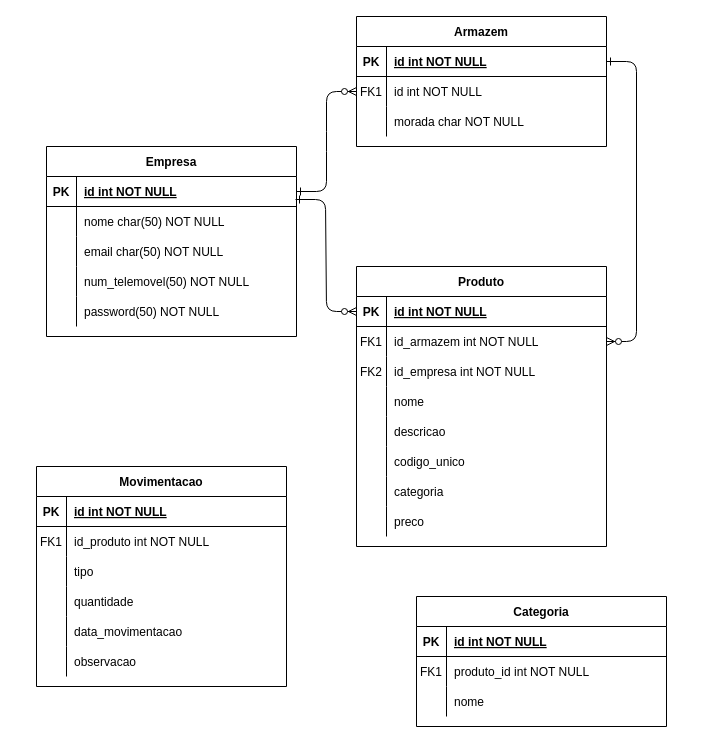
tskxz/stockmaster keeps this draw.io diagram as docs/stockmaster.drawio. Above is the earlier version. Source tidied: cells renumbered, new cells numbered last; positions are measured from the earlier drawing's top-left corner, leaving out a move shared by most shapes. Both pictures are drawn from the tidied source at 100%, with x=0, y=0 at pixel (36, 16).
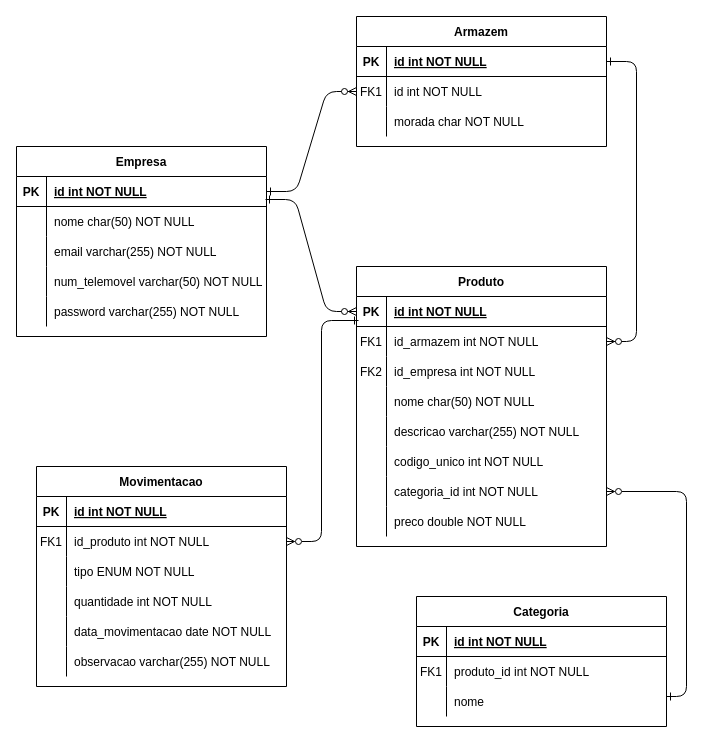
The same page after the edit.

Commit message:
docs: adicionar tipo de dado no modelo er

Unchanged cells that the change refers to:
```xml
<mxCell id="15" style="shape=partialRectangle;fillColor=none;points=[[0,0.5],[1,0.5]];portConstraint=eastwest;top=0;left=0;right=0;bottom=1;" parent="14" vertex="1">
  <mxGeometry y="30" width="250" height="30" as="geometry" />
</mxCell>
<mxCell id="24" style="shape=partialRectangle;fillColor=none;top=0;left=0;right=0;bottom=0;" parent="14" vertex="1">
  <mxGeometry y="120" width="250" height="30" as="geometry" />
</mxCell>
<mxCell id="27" style="shape=partialRectangle;fillColor=none;top=0;left=0;right=0;bottom=0;" parent="14" vertex="1">
  <mxGeometry y="150" width="250" height="30" as="geometry" />
</mxCell>
<mxCell id="30" style="shape=partialRectangle;fillColor=none;top=0;left=0;right=0;bottom=0;" parent="14" vertex="1">
  <mxGeometry y="180" width="250" height="30" as="geometry" />
</mxCell>
<mxCell id="33" style="shape=partialRectangle;fillColor=none;points=[[0,0.5],[1,0.5]];portConstraint=eastwest;top=0;left=0;right=0;bottom=0;" parent="14" vertex="1">
  <mxGeometry y="210" width="250" height="30" as="geometry" />
</mxCell>
<mxCell id="36" style="shape=partialRectangle;fillColor=none;top=0;left=0;right=0;bottom=0;" parent="14" vertex="1">
  <mxGeometry y="240" width="250" height="30" as="geometry" />
</mxCell>
<mxCell id="46" style="shape=partialRectangle;fillColor=none;top=0;left=0;right=0;bottom=0;" parent="39" vertex="1">
  <mxGeometry y="90" width="250" height="30" as="geometry" />
</mxCell>
<mxCell id="49" style="shape=partialRectangle;fillColor=none;top=0;left=0;right=0;bottom=0;" parent="39" vertex="1">
  <mxGeometry y="120" width="250" height="30" as="geometry" />
</mxCell>
<mxCell id="52" style="shape=partialRectangle;fillColor=none;top=0;left=0;right=0;bottom=0;" parent="39" vertex="1">
  <mxGeometry y="150" width="250" height="30" as="geometry" />
</mxCell>
<mxCell id="60" style="shape=partialRectangle;fillColor=none;points=[[0,0.5],[1,0.5]];portConstraint=eastwest;top=0;left=0;right=0;bottom=0;" parent="56" vertex="1">
  <mxGeometry y="60" width="250" height="30" as="geometry" />
</mxCell>
<mxCell id="63" style="shape=partialRectangle;fillColor=none;top=0;left=0;right=0;bottom=0;" parent="56" vertex="1">
  <mxGeometry y="90" width="250" height="30" as="geometry" />
</mxCell>
<mxCell id="66" style="shape=partialRectangle;fillColor=none;top=0;left=0;right=0;bottom=0;" parent="56" vertex="1">
  <mxGeometry y="120" width="250" height="30" as="geometry" />
</mxCell>
<mxCell id="69" style="shape=partialRectangle;fillColor=none;top=0;left=0;right=0;bottom=0;" parent="56" vertex="1">
  <mxGeometry y="150" width="250" height="30" as="geometry" />
</mxCell>
<mxCell id="72" style="shape=partialRectangle;fillColor=none;top=0;left=0;right=0;bottom=0;" parent="56" vertex="1">
  <mxGeometry y="180" width="250" height="30" as="geometry" />
</mxCell>
<mxCell id="82" style="shape=partialRectangle;fillColor=none;points=[[0,0.5],[1,0.5]];portConstraint=eastwest;top=0;left=0;right=0;bottom=0;" parent="75" vertex="1">
  <mxGeometry y="90" width="250" height="30" as="geometry" />
</mxCell>
```

The edit, as a diff of the source:
```diff
@@
-    <mxCell id="26" value="nome" style="shape=partialRectangle;overflow=hidden;fillColor=none;top=0;left=0;bottom=0;right=0;align=left;spacingLeft=6;" parent="24" vertex="1">
+    <mxCell id="26" value="nome char(50) NOT NULL" style="shape=partialRectangle;overflow=hidden;fillColor=none;top=0;left=0;bottom=0;right=0;align=left;spacingLeft=6;" parent="24" vertex="1">
       <mxGeometry x="30" width="220" height="30" as="geometry" />
     </mxCell>
@@
-    <mxCell id="29" value="descricao" style="shape=partialRectangle;overflow=hidden;fillColor=none;top=0;left=0;bottom=0;right=0;align=left;spacingLeft=6;" parent="27" vertex="1">
+    <mxCell id="29" value="descricao varchar(255) NOT NULL" style="shape=partialRectangle;overflow=hidden;fillColor=none;top=0;left=0;bottom=0;right=0;align=left;spacingLeft=6;" parent="27" vertex="1">
       <mxGeometry x="30" width="220" height="30" as="geometry" />
     </mxCell>
@@
-    <mxCell id="32" value="codigo_unico" style="shape=partialRectangle;overflow=hidden;fillColor=none;top=0;left=0;bottom=0;right=0;align=left;spacingLeft=6;" parent="30" vertex="1">
+    <mxCell id="32" value="codigo_unico int NOT NULL" style="shape=partialRectangle;overflow=hidden;fillColor=none;top=0;left=0;bottom=0;right=0;align=left;spacingLeft=6;" parent="30" vertex="1">
       <mxGeometry x="30" width="220" height="30" as="geometry" />
     </mxCell>
@@
-    <mxCell id="35" value="categoria" style="shape=partialRectangle;overflow=hidden;fillColor=none;top=0;left=0;bottom=0;right=0;align=left;spacingLeft=6;" parent="33" vertex="1">
+    <mxCell id="35" value="categoria_id int NOT NULL" style="shape=partialRectangle;overflow=hidden;fillColor=none;top=0;left=0;bottom=0;right=0;align=left;spacingLeft=6;" parent="33" vertex="1">
       <mxGeometry x="30" width="220" height="30" as="geometry" />
     </mxCell>
@@
-    <mxCell id="38" value="preco" style="shape=partialRectangle;overflow=hidden;fillColor=none;top=0;left=0;bottom=0;right=0;align=left;spacingLeft=6;" parent="36" vertex="1">
+    <mxCell id="38" value="preco double NOT NULL" style="shape=partialRectangle;overflow=hidden;fillColor=none;top=0;left=0;bottom=0;right=0;align=left;spacingLeft=6;" parent="36" vertex="1">
       <mxGeometry x="30" width="220" height="30" as="geometry" />
     </mxCell>
     <mxCell id="39" value="Empresa" style="shape=table;startSize=30;childLayout=tableLayout;rowLines=0;fontStyle=1;align=center;" parent="1" vertex="1">
-      <mxGeometry x="10" y="130" width="250" height="190" as="geometry" />
+      <mxGeometry x="-20" y="130" width="250" height="190" as="geometry" />
     </mxCell>
@@
-    <mxCell id="48" value="email char(50) NOT NULL" style="shape=partialRectangle;overflow=hidden;fillColor=none;top=0;left=0;bottom=0;right=0;align=left;spacingLeft=6;" parent="46" vertex="1">
+    <mxCell id="48" value="email varchar(255) NOT NULL" style="shape=partialRectangle;overflow=hidden;fillColor=none;top=0;left=0;bottom=0;right=0;align=left;spacingLeft=6;" parent="46" vertex="1">
       <mxGeometry x="30" width="220" height="30" as="geometry" />
     </mxCell>
@@
-    <mxCell id="51" value="num_telemovel(50) NOT NULL" style="shape=partialRectangle;overflow=hidden;fillColor=none;top=0;left=0;bottom=0;right=0;align=left;spacingLeft=6;" parent="49" vertex="1">
+    <mxCell id="51" value="num_telemovel varchar(50) NOT NULL" style="shape=partialRectangle;overflow=hidden;fillColor=none;top=0;left=0;bottom=0;right=0;align=left;spacingLeft=6;" parent="49" vertex="1">
       <mxGeometry x="30" width="220" height="30" as="geometry" />
     </mxCell>
@@
-    <mxCell id="54" value="password(50) NOT NULL" style="shape=partialRectangle;overflow=hidden;fillColor=none;top=0;left=0;bottom=0;right=0;align=left;spacingLeft=6;" parent="52" vertex="1">
+    <mxCell id="54" value="password varchar(255) NOT NULL" style="shape=partialRectangle;overflow=hidden;fillColor=none;top=0;left=0;bottom=0;right=0;align=left;spacingLeft=6;" parent="52" vertex="1">
       <mxGeometry x="30" width="220" height="30" as="geometry" />
     </mxCell>
@@
-    <mxCell id="65" value="tipo" style="shape=partialRectangle;overflow=hidden;fillColor=none;top=0;left=0;bottom=0;right=0;align=left;spacingLeft=6;" parent="63" vertex="1">
+    <mxCell id="65" value="tipo ENUM NOT NULL" style="shape=partialRectangle;overflow=hidden;fillColor=none;top=0;left=0;bottom=0;right=0;align=left;spacingLeft=6;" parent="63" vertex="1">
       <mxGeometry x="30" width="220" height="30" as="geometry" />
     </mxCell>
@@
-    <mxCell id="68" value="quantidade" style="shape=partialRectangle;overflow=hidden;fillColor=none;top=0;left=0;bottom=0;right=0;align=left;spacingLeft=6;" parent="66" vertex="1">
+    <mxCell id="68" value="quantidade int NOT NULL" style="shape=partialRectangle;overflow=hidden;fillColor=none;top=0;left=0;bottom=0;right=0;align=left;spacingLeft=6;" parent="66" vertex="1">
       <mxGeometry x="30" width="220" height="30" as="geometry" />
     </mxCell>
@@
-    <mxCell id="71" value="data_movimentacao" style="shape=partialRectangle;overflow=hidden;fillColor=none;top=0;left=0;bottom=0;right=0;align=left;spacingLeft=6;" parent="69" vertex="1">
+    <mxCell id="71" value="data_movimentacao date NOT NULL" style="shape=partialRectangle;overflow=hidden;fillColor=none;top=0;left=0;bottom=0;right=0;align=left;spacingLeft=6;" parent="69" vertex="1">
       <mxGeometry x="30" width="220" height="30" as="geometry" />
     </mxCell>
@@
-    <mxCell id="74" value="observacao" style="shape=partialRectangle;overflow=hidden;fillColor=none;top=0;left=0;bottom=0;right=0;align=left;spacingLeft=6;" parent="72" vertex="1">
+    <mxCell id="74" value="observacao varchar(255) NOT NULL" style="shape=partialRectangle;overflow=hidden;fillColor=none;top=0;left=0;bottom=0;right=0;align=left;spacingLeft=6;" parent="72" vertex="1">
       <mxGeometry x="30" width="220" height="30" as="geometry" />
     </mxCell>
@@
+    <mxCell id="85" style="edgeStyle=orthogonalEdgeStyle;rounded=1;jettySize=auto;html=1;exitX=1;exitY=0.5;exitDx=0;exitDy=0;entryX=0.008;entryY=0.8;entryDx=0;entryDy=0;entryPerimeter=0;strokeColor=default;curved=0;startArrow=ERzeroToMany;startFill=0;endArrow=ERone;endFill=0;" parent="1" edge="1" source="60" target="15">
+      <mxGeometry relative="1" as="geometry" />
+    </mxCell>
+    <mxCell id="86" style="edgeStyle=orthogonalEdgeStyle;rounded=1;jettySize=auto;html=1;curved=0;endArrow=ERzeroToMany;endFill=0;startArrow=ERone;startFill=0;" parent="1" edge="1" source="82" target="33">
+      <mxGeometry relative="1" as="geometry">
+        <Array as="points">
+          <mxPoint x="650" y="680" />
+          <mxPoint x="650" y="475" />
+        </Array>
+      </mxGeometry>
+    </mxCell>
```
